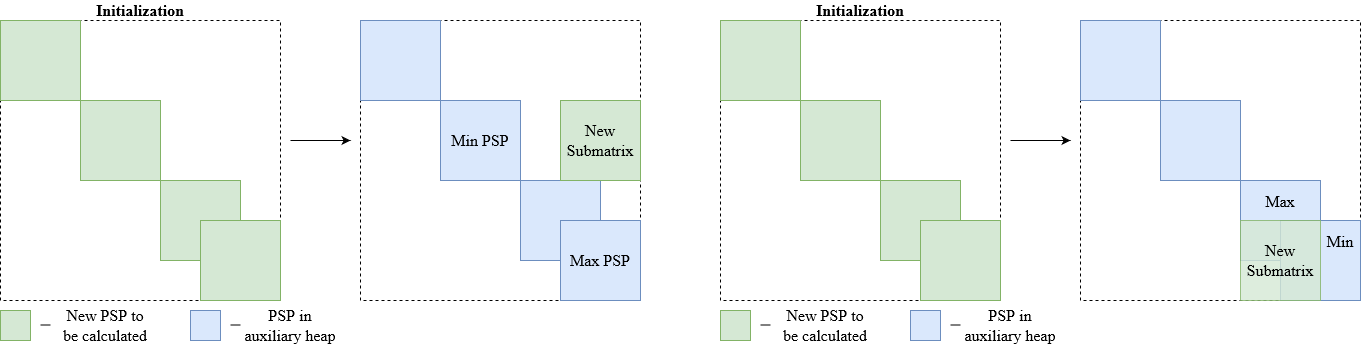
The draw.io diagram ResultGraphs/Overlap Visualization.png in eonblu/PSP_in_matrices, before a commit. Source tidied: cells renumbered, new cells last; positions are measured from the earlier drawing's top-left corner, leaving out a move shared by most shapes.
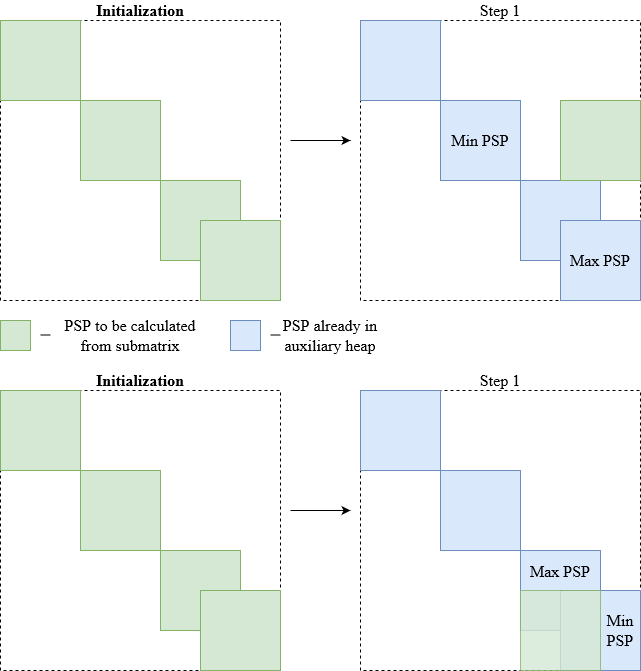
After the commit.

Diff of the diagram source:
```diff
@@ -3,136 +3,118 @@
     <mxCell id="0" />
     <mxCell id="1" parent="0" />
     <mxCell id="2" style="whiteSpace=wrap;html=1;dashed=1;fontSize=16;fontFamily=Computer Modern;fontSource=https%3A%2F%2Ffonts.googleapis.com%2Fcss%3Ffamily%3DComputer%2BModern;" parent="1" vertex="1">
-      <mxGeometry y="20" width="280" height="280" as="geometry" />
+      <mxGeometry x="40" y="30" width="280" height="280" as="geometry" />
     </mxCell>
     <mxCell id="3" style="rounded=0;whiteSpace=wrap;html=1;fillColor=#d5e8d4;strokeColor=#82b366;fontSize=16;fontFamily=Computer Modern;fontSource=https%3A%2F%2Ffonts.googleapis.com%2Fcss%3Ffamily%3DComputer%2BModern;" parent="1" vertex="1">
-      <mxGeometry y="20" width="80" height="80" as="geometry" />
+      <mxGeometry x="40" y="30" width="80" height="80" as="geometry" />
     </mxCell>
     <mxCell id="4" style="rounded=0;whiteSpace=wrap;html=1;fillColor=#d5e8d4;strokeColor=#82b366;fontSize=16;fontFamily=Computer Modern;fontSource=https%3A%2F%2Ffonts.googleapis.com%2Fcss%3Ffamily%3DComputer%2BModern;" parent="1" vertex="1">
-      <mxGeometry x="80" y="100" width="80" height="80" as="geometry" />
+      <mxGeometry x="120" y="110" width="80" height="80" as="geometry" />
     </mxCell>
     <mxCell id="5" style="rounded=0;whiteSpace=wrap;html=1;fillColor=#d5e8d4;strokeColor=#82b366;fontSize=16;fontFamily=Computer Modern;fontSource=https%3A%2F%2Ffonts.googleapis.com%2Fcss%3Ffamily%3DComputer%2BModern;" parent="1" vertex="1">
-      <mxGeometry x="160" y="180" width="80" height="80" as="geometry" />
+      <mxGeometry x="200" y="190" width="80" height="80" as="geometry" />
     </mxCell>
     <mxCell id="6" style="rounded=0;whiteSpace=wrap;html=1;fillColor=#d5e8d4;strokeColor=#82b366;fontSize=16;fontFamily=Computer Modern;fontSource=https%3A%2F%2Ffonts.googleapis.com%2Fcss%3Ffamily%3DComputer%2BModern;" parent="1" vertex="1">
-      <mxGeometry x="200" y="220" width="80" height="80" as="geometry" />
+      <mxGeometry x="240" y="230" width="80" height="80" as="geometry" />
     </mxCell>
     <mxCell id="7" value="&lt;div style=&quot;font-size: 16px;&quot;&gt;&lt;b style=&quot;font-size: 16px;&quot;&gt;Initialization&lt;/b&gt;&lt;/div&gt;" style="text;html=1;align=center;verticalAlign=middle;whiteSpace=wrap;rounded=0;fontSize=16;fontFamily=Computer Modern;fontSource=https%3A%2F%2Ffonts.googleapis.com%2Fcss%3Ffamily%3DComputer%2BModern;" parent="1" vertex="1">
-      <mxGeometry x="110" width="60" height="20" as="geometry" />
+      <mxGeometry x="150" y="10" width="60" height="20" as="geometry" />
     </mxCell>
     <mxCell id="8" style="endArrow=classic;html=1;rounded=0;fontSize=16;fontFamily=Computer Modern;fontSource=https%3A%2F%2Ffonts.googleapis.com%2Fcss%3Ffamily%3DComputer%2BModern;" parent="1" edge="1">
       <mxGeometry relative="1" as="geometry">
-        <mxPoint x="290" y="140" as="sourcePoint" />
-        <mxPoint x="350" y="140" as="targetPoint" />
+        <mxPoint x="330" y="150" as="sourcePoint" />
+        <mxPoint x="390" y="150" as="targetPoint" />
       </mxGeometry>
     </mxCell>
     <mxCell id="9" style="whiteSpace=wrap;html=1;dashed=1;fontSize=16;fontFamily=Computer Modern;fontSource=https%3A%2F%2Ffonts.googleapis.com%2Fcss%3Ffamily%3DComputer%2BModern;" parent="1" vertex="1">
-      <mxGeometry x="360" y="20" width="280" height="280" as="geometry" />
+      <mxGeometry x="400" y="30" width="280" height="280" as="geometry" />
     </mxCell>
     <mxCell id="10" style="rounded=0;whiteSpace=wrap;html=1;fillColor=#dae8fc;strokeColor=#6c8ebf;fontSize=16;fontFamily=Computer Modern;fontSource=https%3A%2F%2Ffonts.googleapis.com%2Fcss%3Ffamily%3DComputer%2BModern;" parent="1" vertex="1">
-      <mxGeometry x="360" y="20" width="80" height="80" as="geometry" />
+      <mxGeometry x="400" y="30" width="80" height="80" as="geometry" />
     </mxCell>
     <mxCell id="11" value="Min PSP" style="rounded=0;whiteSpace=wrap;html=1;fillColor=#dae8fc;strokeColor=#6c8ebf;fontSize=16;fontFamily=Computer Modern;fontSource=https%3A%2F%2Ffonts.googleapis.com%2Fcss%3Ffamily%3DComputer%2BModern;" parent="1" vertex="1">
-      <mxGeometry x="440" y="100" width="80" height="80" as="geometry" />
+      <mxGeometry x="480" y="110" width="80" height="80" as="geometry" />
     </mxCell>
     <mxCell id="12" style="rounded=0;whiteSpace=wrap;html=1;fillColor=#dae8fc;strokeColor=#6c8ebf;fontSize=16;fontFamily=Computer Modern;fontSource=https%3A%2F%2Ffonts.googleapis.com%2Fcss%3Ffamily%3DComputer%2BModern;" parent="1" vertex="1">
-      <mxGeometry x="520" y="180" width="80" height="80" as="geometry" />
+      <mxGeometry x="560" y="190" width="80" height="80" as="geometry" />
     </mxCell>
     <mxCell id="13" value="&lt;div&gt;Max PSP&lt;/div&gt;" style="rounded=0;whiteSpace=wrap;html=1;fillColor=#dae8fc;strokeColor=#6c8ebf;fontSize=16;fontFamily=Computer Modern;fontSource=https%3A%2F%2Ffonts.googleapis.com%2Fcss%3Ffamily%3DComputer%2BModern;" parent="1" vertex="1">
-      <mxGeometry x="560" y="220" width="80" height="80" as="geometry" />
+      <mxGeometry x="600" y="230" width="80" height="80" as="geometry" />
     </mxCell>
     <mxCell id="14" style="rounded=0;whiteSpace=wrap;html=1;fillColor=#d5e8d4;strokeColor=#82b366;fontSize=16;fontFamily=Computer Modern;fontSource=https%3A%2F%2Ffonts.googleapis.com%2Fcss%3Ffamily%3DComputer%2BModern;" parent="1" vertex="1">
-      <mxGeometry y="310" width="30" height="30" as="geometry" />
+      <mxGeometry x="40" y="330" width="30" height="30" as="geometry" />
     </mxCell>
-    <mxCell id="15" value="&lt;div style=&quot;font-size: 16px;&quot;&gt;New PSP to be calculated&lt;/div&gt;" style="text;html=1;align=center;verticalAlign=middle;whiteSpace=wrap;rounded=0;fontSize=16;fontFamily=Computer Modern;fontSource=https%3A%2F%2Ffonts.googleapis.com%2Fcss%3Ffamily%3DComputer%2BModern;" parent="1" vertex="1">
-      <mxGeometry x="60" y="310" width="90" height="30" as="geometry" />
+    <mxCell id="15" value="&lt;div style=&quot;font-size: 16px;&quot;&gt;PSP to be calculated from submatrix&lt;br&gt;&lt;/div&gt;" style="text;html=1;align=center;verticalAlign=middle;whiteSpace=wrap;rounded=0;fontSize=16;fontFamily=Computer Modern;fontSource=https%3A%2F%2Ffonts.googleapis.com%2Fcss%3Ffamily%3DComputer%2BModern;" parent="1" vertex="1">
+      <mxGeometry x="100" y="330" width="140" height="30" as="geometry" />
     </mxCell>
     <mxCell id="16" style="rounded=0;whiteSpace=wrap;html=1;fillColor=#dae8fc;strokeColor=#6c8ebf;fontSize=16;fontFamily=Computer Modern;fontSource=https%3A%2F%2Ffonts.googleapis.com%2Fcss%3Ffamily%3DComputer%2BModern;" parent="1" vertex="1">
-      <mxGeometry x="190" y="310" width="30" height="30" as="geometry" />
+      <mxGeometry x="270" y="330" width="30" height="30" as="geometry" />
     </mxCell>
-    <mxCell id="17" value="PSP in auxiliary heap" style="text;html=1;align=center;verticalAlign=middle;whiteSpace=wrap;rounded=0;fontSize=16;fontFamily=Computer Modern;fontSource=https%3A%2F%2Ffonts.googleapis.com%2Fcss%3Ffamily%3DComputer%2BModern;" parent="1" vertex="1">
-      <mxGeometry x="240" y="310" width="100" height="30" as="geometry" />
+    <mxCell id="17" value="PSP already in auxiliary heap" style="text;html=1;align=center;verticalAlign=middle;whiteSpace=wrap;rounded=0;fontSize=16;fontFamily=Computer Modern;fontSource=https%3A%2F%2Ffonts.googleapis.com%2Fcss%3Ffamily%3DComputer%2BModern;" parent="1" vertex="1">
+      <mxGeometry x="320" y="330" width="100" height="30" as="geometry" />
     </mxCell>
     <mxCell id="18" style="endArrow=none;html=1;rounded=0;fontSize=16;fontFamily=Computer Modern;fontSource=https%3A%2F%2Ffonts.googleapis.com%2Fcss%3Ffamily%3DComputer%2BModern;" parent="1" edge="1">
       <mxGeometry relative="1" as="geometry">
-        <mxPoint x="40" y="324.5" as="sourcePoint" />
-        <mxPoint x="50" y="324.5" as="targetPoint" />
+        <mxPoint x="80" y="344.5" as="sourcePoint" />
+        <mxPoint x="90" y="344.5" as="targetPoint" />
       </mxGeometry>
     </mxCell>
     <mxCell id="19" style="endArrow=none;html=1;rounded=0;fontSize=16;fontFamily=Computer Modern;fontSource=https%3A%2F%2Ffonts.googleapis.com%2Fcss%3Ffamily%3DComputer%2BModern;" parent="1" edge="1">
       <mxGeometry relative="1" as="geometry">
-        <mxPoint x="230" y="324.5" as="sourcePoint" />
-        <mxPoint x="240" y="324.5" as="targetPoint" />
+        <mxPoint x="310" y="344.5" as="sourcePoint" />
+        <mxPoint x="320" y="344.5" as="targetPoint" />
       </mxGeometry>
     </mxCell>
-    <mxCell id="20" value="&lt;div style=&quot;font-size: 16px;&quot;&gt;New Submatrix&lt;/div&gt;" style="rounded=0;whiteSpace=wrap;html=1;fillColor=#d5e8d4;strokeColor=#82b366;fontSize=16;fontFamily=Computer Modern;fontSource=https%3A%2F%2Ffonts.googleapis.com%2Fcss%3Ffamily%3DComputer%2BModern;" parent="1" vertex="1">
-      <mxGeometry x="560" y="100" width="80" height="80" as="geometry" />
+    <mxCell id="20" style="rounded=0;whiteSpace=wrap;html=1;fillColor=#d5e8d4;strokeColor=#82b366;fontSize=16;fontFamily=Computer Modern;fontSource=https%3A%2F%2Ffonts.googleapis.com%2Fcss%3Ffamily%3DComputer%2BModern;" parent="1" vertex="1">
+      <mxGeometry x="600" y="110" width="80" height="80" as="geometry" />
     </mxCell>
     <mxCell id="21" style="whiteSpace=wrap;html=1;dashed=1;fontSize=16;fontFamily=Computer Modern;fontSource=https%3A%2F%2Ffonts.googleapis.com%2Fcss%3Ffamily%3DComputer%2BModern;" parent="1" vertex="1">
-      <mxGeometry x="720" y="20" width="280" height="280" as="geometry" />
+      <mxGeometry x="40" y="400" width="280" height="280" as="geometry" />
     </mxCell>
     <mxCell id="22" style="rounded=0;whiteSpace=wrap;html=1;fillColor=#d5e8d4;strokeColor=#82b366;fontSize=16;fontFamily=Computer Modern;fontSource=https%3A%2F%2Ffonts.googleapis.com%2Fcss%3Ffamily%3DComputer%2BModern;" parent="1" vertex="1">
-      <mxGeometry x="720" y="20" width="80" height="80" as="geometry" />
+      <mxGeometry x="40" y="400" width="80" height="80" as="geometry" />
     </mxCell>
     <mxCell id="23" style="rounded=0;whiteSpace=wrap;html=1;fillColor=#d5e8d4;strokeColor=#82b366;fontSize=16;fontFamily=Computer Modern;fontSource=https%3A%2F%2Ffonts.googleapis.com%2Fcss%3Ffamily%3DComputer%2BModern;" parent="1" vertex="1">
-      <mxGeometry x="800" y="100" width="80" height="80" as="geometry" />
+      <mxGeometry x="120" y="480" width="80" height="80" as="geometry" />
     </mxCell>
     <mxCell id="24" style="rounded=0;whiteSpace=wrap;html=1;fillColor=#d5e8d4;strokeColor=#82b366;fontSize=16;fontFamily=Computer Modern;fontSource=https%3A%2F%2Ffonts.googleapis.com%2Fcss%3Ffamily%3DComputer%2BModern;" parent="1" vertex="1">
-      <mxGeometry x="880" y="180" width="80" height="80" as="geometry" />
+      <mxGeometry x="200" y="560" width="80" height="80" as="geometry" />
     </mxCell>
     <mxCell id="25" style="rounded=0;whiteSpace=wrap;html=1;fillColor=#d5e8d4;strokeColor=#82b366;fontSize=16;fontFamily=Computer Modern;fontSource=https%3A%2F%2Ffonts.googleapis.com%2Fcss%3Ffamily%3DComputer%2BModern;" parent="1" vertex="1">
-      <mxGeometry x="920" y="220" width="80" height="80" as="geometry" />
+      <mxGeometry x="240" y="600" width="80" height="80" as="geometry" />
     </mxCell>
     <mxCell id="26" value="&lt;div style=&quot;font-size: 16px;&quot;&gt;&lt;b style=&quot;font-size: 16px;&quot;&gt;Initialization&lt;/b&gt;&lt;/div&gt;" style="text;html=1;align=center;verticalAlign=middle;whiteSpace=wrap;rounded=0;fontSize=16;fontFamily=Computer Modern;fontSource=https%3A%2F%2Ffonts.googleapis.com%2Fcss%3Ffamily%3DComputer%2BModern;" parent="1" vertex="1">
-      <mxGeometry x="830" width="60" height="20" as="geometry" />
+      <mxGeometry x="150" y="380" width="60" height="20" as="geometry" />
     </mxCell>
     <mxCell id="27" style="endArrow=classic;html=1;rounded=0;fontSize=16;fontFamily=Computer Modern;fontSource=https%3A%2F%2Ffonts.googleapis.com%2Fcss%3Ffamily%3DComputer%2BModern;" parent="1" edge="1">
       <mxGeometry relative="1" as="geometry">
-        <mxPoint x="1010" y="140" as="sourcePoint" />
-        <mxPoint x="1070" y="140" as="targetPoint" />
+        <mxPoint x="330" y="520" as="sourcePoint" />
+        <mxPoint x="390" y="520" as="targetPoint" />
       </mxGeometry>
     </mxCell>
     <mxCell id="28" style="whiteSpace=wrap;html=1;dashed=1;fontSize=16;fontFamily=Computer Modern;fontSource=https%3A%2F%2Ffonts.googleapis.com%2Fcss%3Ffamily%3DComputer%2BModern;" parent="1" vertex="1">
-      <mxGeometry x="1080" y="20" width="280" height="280" as="geometry" />
+      <mxGeometry x="400" y="400" width="280" height="280" as="geometry" />
     </mxCell>
     <mxCell id="29" style="rounded=0;whiteSpace=wrap;html=1;fillColor=#dae8fc;strokeColor=#6c8ebf;fontSize=16;fontFamily=Computer Modern;fontSource=https%3A%2F%2Ffonts.googleapis.com%2Fcss%3Ffamily%3DComputer%2BModern;" parent="1" vertex="1">
-      <mxGeometry x="1080" y="20" width="80" height="80" as="geometry" />
+      <mxGeometry x="400" y="400" width="80" height="80" as="geometry" />
     </mxCell>
     <mxCell id="30" style="rounded=0;whiteSpace=wrap;html=1;fillColor=#dae8fc;strokeColor=#6c8ebf;fontSize=16;fontFamily=Computer Modern;fontSource=https%3A%2F%2Ffonts.googleapis.com%2Fcss%3Ffamily%3DComputer%2BModern;" parent="1" vertex="1">
-      <mxGeometry x="1160" y="100" width="80" height="80" as="geometry" />
+      <mxGeometry x="480" y="480" width="80" height="80" as="geometry" />
     </mxCell>
-    <mxCell id="31" value="&lt;div style=&quot;font-size: 16px;&quot;&gt;Max&lt;/div&gt;&lt;div style=&quot;font-size: 16px;&quot;&gt;&lt;br style=&quot;font-size: 16px;&quot;&gt;&lt;/div&gt;&lt;div style=&quot;font-size: 16px;&quot;&gt;&lt;br style=&quot;font-size: 16px;&quot;&gt;&lt;/div&gt;" style="rounded=0;whiteSpace=wrap;html=1;fillColor=#dae8fc;strokeColor=#6c8ebf;fontSize=16;fontFamily=Computer Modern;fontSource=https%3A%2F%2Ffonts.googleapis.com%2Fcss%3Ffamily%3DComputer%2BModern;" parent="1" vertex="1">
-      <mxGeometry x="1240" y="180" width="80" height="80" as="geometry" />
+    <mxCell id="31" value="&lt;div style=&quot;font-size: 16px;&quot;&gt;Max PSP&lt;br&gt;&lt;/div&gt;&lt;div style=&quot;font-size: 16px;&quot;&gt;&lt;br style=&quot;font-size: 16px;&quot;&gt;&lt;/div&gt;&lt;div style=&quot;font-size: 16px;&quot;&gt;&lt;br style=&quot;font-size: 16px;&quot;&gt;&lt;/div&gt;" style="rounded=0;whiteSpace=wrap;html=1;fillColor=#dae8fc;strokeColor=#6c8ebf;fontSize=16;fontFamily=Computer Modern;fontSource=https%3A%2F%2Ffonts.googleapis.com%2Fcss%3Ffamily%3DComputer%2BModern;" parent="1" vertex="1">
+      <mxGeometry x="560" y="560" width="80" height="80" as="geometry" />
     </mxCell>
-    <mxCell id="32" value="&lt;div style=&quot;font-size: 16px;&quot;&gt;&amp;nbsp;&amp;nbsp;&amp;nbsp;&amp;nbsp;&amp;nbsp;&amp;nbsp;&amp;nbsp;&amp;nbsp;&amp;nbsp; Min&lt;/div&gt;&lt;div style=&quot;font-size: 16px;&quot;&gt;&lt;br style=&quot;font-size: 16px;&quot;&gt;&lt;/div&gt;&lt;div style=&quot;font-size: 16px;&quot;&gt;&lt;br style=&quot;font-size: 16px;&quot;&gt;&lt;/div&gt;" style="rounded=0;whiteSpace=wrap;html=1;fillColor=#dae8fc;strokeColor=#6c8ebf;fontSize=16;fontFamily=Computer Modern;fontSource=https%3A%2F%2Ffonts.googleapis.com%2Fcss%3Ffamily%3DComputer%2BModern;" parent="1" vertex="1">
-      <mxGeometry x="1280" y="220" width="80" height="80" as="geometry" />
+    <mxCell id="32" value="&lt;div style=&quot;font-size: 16px;&quot;&gt;&lt;br&gt;&lt;/div&gt;&lt;div style=&quot;font-size: 16px;&quot;&gt;&amp;nbsp;&amp;nbsp;&amp;nbsp;&amp;nbsp;&amp;nbsp;&amp;nbsp;&amp;nbsp;&amp;nbsp;&amp;nbsp; Min&lt;/div&gt;&lt;div style=&quot;font-size: 16px;&quot;&gt;&amp;nbsp;&amp;nbsp;&amp;nbsp;&amp;nbsp;&amp;nbsp;&amp;nbsp;&amp;nbsp;&amp;nbsp;&amp;nbsp; PSP&lt;br style=&quot;font-size: 16px;&quot;&gt;&lt;/div&gt;&lt;div style=&quot;font-size: 16px;&quot;&gt;&lt;br style=&quot;font-size: 16px;&quot;&gt;&lt;/div&gt;" style="rounded=0;whiteSpace=wrap;html=1;fillColor=#dae8fc;strokeColor=#6c8ebf;fontSize=16;fontFamily=Computer Modern;fontSource=https%3A%2F%2Ffonts.googleapis.com%2Fcss%3Ffamily%3DComputer%2BModern;" parent="1" vertex="1">
+      <mxGeometry x="600" y="600" width="80" height="80" as="geometry" />
     </mxCell>
-    <mxCell id="33" style="rounded=0;whiteSpace=wrap;html=1;fillColor=#d5e8d4;strokeColor=#82b366;fontSize=16;fontFamily=Computer Modern;fontSource=https%3A%2F%2Ffonts.googleapis.com%2Fcss%3Ffamily%3DComputer%2BModern;" parent="1" vertex="1">
-      <mxGeometry x="720" y="310" width="30" height="30" as="geometry" />
-    </mxCell>
-    <mxCell id="34" value="&lt;div style=&quot;font-size: 16px;&quot;&gt;New PSP to be calculated&lt;/div&gt;" style="text;html=1;align=center;verticalAlign=middle;whiteSpace=wrap;rounded=0;fontSize=16;fontFamily=Computer Modern;fontSource=https%3A%2F%2Ffonts.googleapis.com%2Fcss%3Ffamily%3DComputer%2BModern;" parent="1" vertex="1">
-      <mxGeometry x="780" y="310" width="90" height="30" as="geometry" />
-    </mxCell>
-    <mxCell id="35" style="rounded=0;whiteSpace=wrap;html=1;fillColor=#dae8fc;strokeColor=#6c8ebf;fontSize=16;fontFamily=Computer Modern;fontSource=https%3A%2F%2Ffonts.googleapis.com%2Fcss%3Ffamily%3DComputer%2BModern;" parent="1" vertex="1">
-      <mxGeometry x="910" y="310" width="30" height="30" as="geometry" />
-    </mxCell>
-    <mxCell id="36" value="PSP in auxiliary heap" style="text;html=1;align=center;verticalAlign=middle;whiteSpace=wrap;rounded=0;fontSize=16;fontFamily=Computer Modern;fontSource=https%3A%2F%2Ffonts.googleapis.com%2Fcss%3Ffamily%3DComputer%2BModern;" parent="1" vertex="1">
-      <mxGeometry x="960" y="310" width="100" height="30" as="geometry" />
-    </mxCell>
-    <mxCell id="37" style="endArrow=none;html=1;rounded=0;fontSize=16;fontFamily=Computer Modern;fontSource=https%3A%2F%2Ffonts.googleapis.com%2Fcss%3Ffamily%3DComputer%2BModern;" parent="1" edge="1">
-      <mxGeometry relative="1" as="geometry">
-        <mxPoint x="760" y="324.5" as="sourcePoint" />
-        <mxPoint x="770" y="324.5" as="targetPoint" />
-      </mxGeometry>
-    </mxCell>
-    <mxCell id="38" style="endArrow=none;html=1;rounded=0;fontSize=16;fontFamily=Computer Modern;fontSource=https%3A%2F%2Ffonts.googleapis.com%2Fcss%3Ffamily%3DComputer%2BModern;" parent="1" edge="1">
-      <mxGeometry relative="1" as="geometry">
-        <mxPoint x="950" y="324.5" as="sourcePoint" />
-        <mxPoint x="960" y="324.5" as="targetPoint" />
-      </mxGeometry>
-    </mxCell>
-    <mxCell id="39" value="&lt;div style=&quot;font-size: 16px;&quot;&gt;New Submatrix&lt;/div&gt;" style="rounded=0;whiteSpace=wrap;html=1;fillColor=#d5e8d4;strokeColor=#82b366;opacity=80;fontSize=16;fontFamily=Computer Modern;fontSource=https%3A%2F%2Ffonts.googleapis.com%2Fcss%3Ffamily%3DComputer%2BModern;" parent="1" vertex="1">
-      <mxGeometry x="1240" y="220" width="80" height="80" as="geometry" />
+    <mxCell id="39" value="&lt;div style=&quot;font-size: 16px;&quot;&gt;&lt;br&gt;&lt;/div&gt;" style="rounded=0;whiteSpace=wrap;html=1;fillColor=#d5e8d4;strokeColor=#82b366;opacity=80;fontSize=16;fontFamily=Computer Modern;fontSource=https%3A%2F%2Ffonts.googleapis.com%2Fcss%3Ffamily%3DComputer%2BModern;" parent="1" vertex="1">
+      <mxGeometry x="560" y="600" width="80" height="80" as="geometry" />
     </mxCell>
+    <mxCell id="40" value="Step 1" style="text;html=1;align=center;verticalAlign=middle;whiteSpace=wrap;rounded=0;fontSize=16;fontFamily=Computer Modern;fontSource=https%3A%2F%2Ffonts.googleapis.com%2Fcss%3Ffamily%3DComputer%2BModern;" parent="1" vertex="1">
+      <mxGeometry x="510" y="380" width="60" height="20" as="geometry" />
+    </mxCell>
+    <mxCell id="41" value="Step 1" style="text;html=1;align=center;verticalAlign=middle;whiteSpace=wrap;rounded=0;fontSize=16;fontFamily=Computer Modern;fontSource=https%3A%2F%2Ffonts.googleapis.com%2Fcss%3Ffamily%3DComputer%2BModern;" parent="1" vertex="1">
+      <mxGeometry x="510" y="10" width="60" height="20" as="geometry" />
+    </mxCell>
   </root>
 </mxGraphModel>
```
